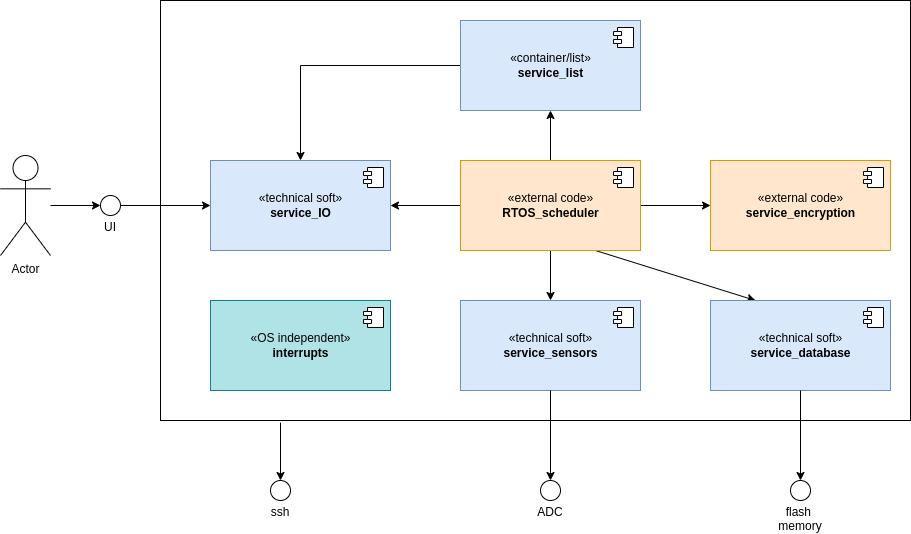
Before: 02_Architecture_Modelisation/images/Building_block_L1.png, a diagram exported from draw.io (KureciPlatek/Project_BacaSable). Source tidied: cells renumbered, new cells last; positions are measured from the earlier drawing's top-left corner, leaving out a move shared by most shapes. The source it was exported from:
```xml
<mxGraphModel>
  <root>
    <mxCell id="0" />
    <mxCell id="1" parent="0" />
    <mxCell id="2" style="rounded=0;whiteSpace=wrap;html=1;" parent="1" vertex="1">
      <mxGeometry x="160" width="750" height="420" as="geometry" />
    </mxCell>
    <mxCell id="3" value="«external code»&lt;br&gt;&lt;b&gt;service_encryption&lt;/b&gt;" style="html=1;fillColor=#ffe6cc;strokeColor=#d79b00;" parent="1" vertex="1">
      <mxGeometry x="710" y="160" width="180" height="90" as="geometry" />
    </mxCell>
    <mxCell id="4" style="shape=module;jettyWidth=8;jettyHeight=4;" parent="3" vertex="1">
      <mxGeometry x="1" width="20" height="20" relative="1" as="geometry">
        <mxPoint x="-27" y="7" as="offset" />
      </mxGeometry>
    </mxCell>
    <mxCell id="5" style="edgeStyle=none;rounded=0;jettySize=auto;html=1;" parent="1" edge="1" source="10" target="3">
      <mxGeometry relative="1" as="geometry" />
    </mxCell>
    <mxCell id="6" style="edgeStyle=none;rounded=0;jettySize=auto;html=1;" parent="1" edge="1" source="10" target="19">
      <mxGeometry relative="1" as="geometry" />
    </mxCell>
    <mxCell id="7" style="edgeStyle=none;rounded=0;jettySize=auto;html=1;entryX=1;entryY=0.5;entryDx=0;entryDy=0;" parent="1" edge="1" source="10" target="12">
      <mxGeometry relative="1" as="geometry" />
    </mxCell>
    <mxCell id="8" style="edgeStyle=none;rounded=0;jettySize=auto;html=1;exitX=0.5;exitY=1;exitDx=0;exitDy=0;" parent="1" edge="1" source="10" target="14">
      <mxGeometry relative="1" as="geometry" />
    </mxCell>
    <mxCell id="9" style="edgeStyle=none;rounded=0;jettySize=auto;html=1;exitX=0.75;exitY=1;exitDx=0;exitDy=0;entryX=0.25;entryY=0;entryDx=0;entryDy=0;" parent="1" edge="1" source="10" target="16">
      <mxGeometry relative="1" as="geometry" />
    </mxCell>
    <mxCell id="10" value="«external code»&lt;br&gt;&lt;b&gt;RTOS_scheduler&lt;/b&gt;" style="html=1;fillColor=#ffe6cc;strokeColor=#d79b00;" parent="1" vertex="1">
      <mxGeometry x="460" y="160" width="180" height="90" as="geometry" />
    </mxCell>
    <mxCell id="11" style="shape=module;jettyWidth=8;jettyHeight=4;" parent="10" vertex="1">
      <mxGeometry x="1" width="20" height="20" relative="1" as="geometry">
        <mxPoint x="-27" y="7" as="offset" />
      </mxGeometry>
    </mxCell>
    <mxCell id="12" value="«technical soft»&lt;br&gt;&lt;b&gt;service_IO&lt;/b&gt;" style="html=1;fillColor=#dae8fc;strokeColor=#6c8ebf;" parent="1" vertex="1">
      <mxGeometry x="210" y="160" width="180" height="90" as="geometry" />
    </mxCell>
    <mxCell id="13" style="shape=module;jettyWidth=8;jettyHeight=4;" parent="12" vertex="1">
      <mxGeometry x="1" width="20" height="20" relative="1" as="geometry">
        <mxPoint x="-27" y="7" as="offset" />
      </mxGeometry>
    </mxCell>
    <mxCell id="14" value="«technical soft»&lt;br&gt;&lt;b&gt;service_sensors&lt;/b&gt;" style="html=1;fillColor=#dae8fc;strokeColor=#6c8ebf;" parent="1" vertex="1">
      <mxGeometry x="460" y="300" width="180" height="90" as="geometry" />
    </mxCell>
    <mxCell id="15" style="shape=module;jettyWidth=8;jettyHeight=4;" parent="14" vertex="1">
      <mxGeometry x="1" width="20" height="20" relative="1" as="geometry">
        <mxPoint x="-27" y="7" as="offset" />
      </mxGeometry>
    </mxCell>
    <mxCell id="16" value="«technical soft»&lt;br&gt;&lt;b&gt;service_database&lt;/b&gt;" style="html=1;fillColor=#dae8fc;strokeColor=#6c8ebf;" parent="1" vertex="1">
      <mxGeometry x="710" y="300" width="180" height="90" as="geometry" />
    </mxCell>
    <mxCell id="17" style="shape=module;jettyWidth=8;jettyHeight=4;" parent="16" vertex="1">
      <mxGeometry x="1" width="20" height="20" relative="1" as="geometry">
        <mxPoint x="-27" y="7" as="offset" />
      </mxGeometry>
    </mxCell>
    <mxCell id="18" style="edgeStyle=orthogonalEdgeStyle;rounded=0;jettySize=auto;html=1;entryX=0.5;entryY=0;entryDx=0;entryDy=0;" parent="1" edge="1" source="19" target="12">
      <mxGeometry relative="1" as="geometry" />
    </mxCell>
    <mxCell id="19" value="«container/list»&lt;br&gt;&lt;b&gt;service_list&lt;/b&gt;" style="html=1;fillColor=#dae8fc;strokeColor=#6c8ebf;" parent="1" vertex="1">
      <mxGeometry x="460" y="20" width="180" height="90" as="geometry" />
    </mxCell>
    <mxCell id="20" style="shape=module;jettyWidth=8;jettyHeight=4;" parent="19" vertex="1">
      <mxGeometry x="1" width="20" height="20" relative="1" as="geometry">
        <mxPoint x="-27" y="7" as="offset" />
      </mxGeometry>
    </mxCell>
    <mxCell id="21" value="&lt;br&gt;&lt;br&gt;&lt;br&gt;&lt;br&gt;flash &lt;br&gt;memory" style="ellipse;whiteSpace=wrap;html=1;" parent="1" vertex="1">
      <mxGeometry x="790" y="480" width="20" height="20" as="geometry" />
    </mxCell>
    <mxCell id="22" style="endArrow=classic;html=1;rounded=0;exitX=0.5;exitY=1;exitDx=0;exitDy=0;entryX=0.5;entryY=0;entryDx=0;entryDy=0;" parent="1" edge="1" source="16" target="21">
      <mxGeometry relative="1" as="geometry" />
    </mxCell>
    <mxCell id="23" value="&lt;br&gt;&lt;br&gt;&lt;br&gt;ADC" style="ellipse;whiteSpace=wrap;html=1;" parent="1" vertex="1">
      <mxGeometry x="540" y="480" width="20" height="20" as="geometry" />
    </mxCell>
    <mxCell id="24" style="endArrow=classic;html=1;rounded=0;exitX=0.5;exitY=1;exitDx=0;exitDy=0;entryX=0.5;entryY=0;entryDx=0;entryDy=0;" parent="1" edge="1" source="14" target="23">
      <mxGeometry relative="1" as="geometry" />
    </mxCell>
    <mxCell id="25" style="edgeStyle=orthogonalEdgeStyle;rounded=0;jettySize=auto;html=1;" parent="1" edge="1" source="26" target="29">
      <mxGeometry relative="1" as="geometry" />
    </mxCell>
    <mxCell id="26" value="Actor" style="shape=umlActor;verticalLabelPosition=bottom;verticalAlign=top;html=1;" parent="1" vertex="1">
      <mxGeometry y="155" width="50" height="100" as="geometry" />
    </mxCell>
    <mxCell id="27" value="&lt;br&gt;&lt;br&gt;&lt;br&gt;ssh" style="ellipse;whiteSpace=wrap;html=1;" parent="1" vertex="1">
      <mxGeometry x="270" y="480" width="20" height="20" as="geometry" />
    </mxCell>
    <mxCell id="28" style="endArrow=classic;html=1;rounded=0;exitX=0.16;exitY=1.005;exitDx=0;exitDy=0;exitPerimeter=0;" parent="1" edge="1" source="2" target="27">
      <mxGeometry relative="1" as="geometry" />
    </mxCell>
    <mxCell id="29" value="&lt;br&gt;&lt;br&gt;&lt;br&gt;UI" style="ellipse;whiteSpace=wrap;html=1;" parent="1" vertex="1">
      <mxGeometry x="100" y="195" width="20" height="20" as="geometry" />
    </mxCell>
    <mxCell id="30" style="endArrow=classic;html=1;rounded=0;exitX=1;exitY=0.5;exitDx=0;exitDy=0;entryX=0;entryY=0.5;entryDx=0;entryDy=0;" parent="1" edge="1" source="29" target="12">
      <mxGeometry relative="1" as="geometry" />
    </mxCell>
    <mxCell id="31" value="«OS independent»&lt;br&gt;&lt;b&gt;interrupts&lt;/b&gt;" style="html=1;fillColor=#b0e3e6;strokeColor=#0e8088;" parent="1" vertex="1">
      <mxGeometry x="210" y="300" width="180" height="90" as="geometry" />
    </mxCell>
    <mxCell id="32" style="shape=module;jettyWidth=8;jettyHeight=4;" parent="31" vertex="1">
      <mxGeometry x="1" width="20" height="20" relative="1" as="geometry">
        <mxPoint x="-27" y="7" as="offset" />
      </mxGeometry>
    </mxCell>
  </root>
</mxGraphModel>
```
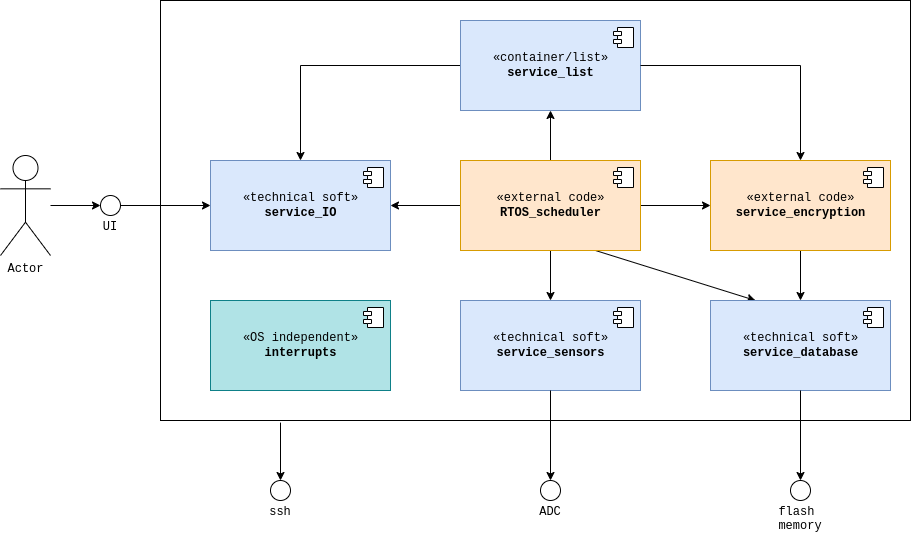
After the commit.

Commit message:
Added L1 building blocks description

Diff of the diagram source:
```diff
@@ -2,112 +2,118 @@
   <root>
     <mxCell id="0" />
     <mxCell id="1" parent="0" />
-    <mxCell id="2" style="rounded=0;whiteSpace=wrap;html=1;" parent="1" vertex="1">
+    <mxCell id="2" style="rounded=0;whiteSpace=wrap;html=1;fontFamily=Courier New;" parent="1" vertex="1">
       <mxGeometry x="160" width="750" height="420" as="geometry" />
     </mxCell>
+    <mxCell id="33" style="edgeStyle=orthogonalEdgeStyle;rounded=0;jettySize=auto;html=1;fontFamily=Courier New;" parent="1" edge="1" source="3" target="16">
+      <mxGeometry relative="1" as="geometry" />
+    </mxCell>
-    <mxCell id="3" value="«external code»&lt;br&gt;&lt;b&gt;service_encryption&lt;/b&gt;" style="html=1;fillColor=#ffe6cc;strokeColor=#d79b00;" parent="1" vertex="1">
+    <mxCell id="3" value="«external code»&lt;br&gt;&lt;b&gt;service_encryption&lt;/b&gt;" style="html=1;fillColor=#ffe6cc;strokeColor=#d79b00;fontFamily=Courier New;" parent="1" vertex="1">
       <mxGeometry x="710" y="160" width="180" height="90" as="geometry" />
     </mxCell>
-    <mxCell id="4" style="shape=module;jettyWidth=8;jettyHeight=4;" parent="3" vertex="1">
+    <mxCell id="4" style="shape=module;jettyWidth=8;jettyHeight=4;fontFamily=Courier New;" parent="3" vertex="1">
       <mxGeometry x="1" width="20" height="20" relative="1" as="geometry">
         <mxPoint x="-27" y="7" as="offset" />
       </mxGeometry>
     </mxCell>
-    <mxCell id="5" style="edgeStyle=none;rounded=0;jettySize=auto;html=1;" parent="1" edge="1" source="10" target="3">
+    <mxCell id="5" style="edgeStyle=none;rounded=0;jettySize=auto;html=1;fontFamily=Courier New;" parent="1" edge="1" source="10" target="3">
       <mxGeometry relative="1" as="geometry" />
     </mxCell>
-    <mxCell id="6" style="edgeStyle=none;rounded=0;jettySize=auto;html=1;" parent="1" edge="1" source="10" target="19">
+    <mxCell id="6" style="edgeStyle=none;rounded=0;jettySize=auto;html=1;fontFamily=Courier New;" parent="1" edge="1" source="10" target="19">
       <mxGeometry relative="1" as="geometry" />
     </mxCell>
-    <mxCell id="7" style="edgeStyle=none;rounded=0;jettySize=auto;html=1;entryX=1;entryY=0.5;entryDx=0;entryDy=0;" parent="1" edge="1" source="10" target="12">
+    <mxCell id="7" style="edgeStyle=none;rounded=0;jettySize=auto;html=1;entryX=1;entryY=0.5;entryDx=0;entryDy=0;fontFamily=Courier New;" parent="1" edge="1" source="10" target="12">
       <mxGeometry relative="1" as="geometry" />
     </mxCell>
-    <mxCell id="8" style="edgeStyle=none;rounded=0;jettySize=auto;html=1;exitX=0.5;exitY=1;exitDx=0;exitDy=0;" parent="1" edge="1" source="10" target="14">
+    <mxCell id="8" style="edgeStyle=none;rounded=0;jettySize=auto;html=1;exitX=0.5;exitY=1;exitDx=0;exitDy=0;fontFamily=Courier New;" parent="1" edge="1" source="10" target="14">
       <mxGeometry relative="1" as="geometry" />
     </mxCell>
-    <mxCell id="9" style="edgeStyle=none;rounded=0;jettySize=auto;html=1;exitX=0.75;exitY=1;exitDx=0;exitDy=0;entryX=0.25;entryY=0;entryDx=0;entryDy=0;" parent="1" edge="1" source="10" target="16">
+    <mxCell id="9" style="edgeStyle=none;rounded=0;jettySize=auto;html=1;exitX=0.75;exitY=1;exitDx=0;exitDy=0;entryX=0.25;entryY=0;entryDx=0;entryDy=0;fontFamily=Courier New;" parent="1" edge="1" source="10" target="16">
       <mxGeometry relative="1" as="geometry" />
     </mxCell>
-    <mxCell id="10" value="«external code»&lt;br&gt;&lt;b&gt;RTOS_scheduler&lt;/b&gt;" style="html=1;fillColor=#ffe6cc;strokeColor=#d79b00;" parent="1" vertex="1">
+    <mxCell id="10" value="«external code»&lt;br&gt;&lt;b&gt;RTOS_scheduler&lt;/b&gt;" style="html=1;fillColor=#ffe6cc;strokeColor=#d79b00;fontFamily=Courier New;" parent="1" vertex="1">
       <mxGeometry x="460" y="160" width="180" height="90" as="geometry" />
     </mxCell>
-    <mxCell id="11" style="shape=module;jettyWidth=8;jettyHeight=4;" parent="10" vertex="1">
+    <mxCell id="11" style="shape=module;jettyWidth=8;jettyHeight=4;fontFamily=Courier New;" parent="10" vertex="1">
       <mxGeometry x="1" width="20" height="20" relative="1" as="geometry">
         <mxPoint x="-27" y="7" as="offset" />
       </mxGeometry>
     </mxCell>
-    <mxCell id="12" value="«technical soft»&lt;br&gt;&lt;b&gt;service_IO&lt;/b&gt;" style="html=1;fillColor=#dae8fc;strokeColor=#6c8ebf;" parent="1" vertex="1">
+    <mxCell id="12" value="«technical soft»&lt;br&gt;&lt;b&gt;service_IO&lt;/b&gt;" style="html=1;fillColor=#dae8fc;strokeColor=#6c8ebf;fontFamily=Courier New;" parent="1" vertex="1">
       <mxGeometry x="210" y="160" width="180" height="90" as="geometry" />
     </mxCell>
-    <mxCell id="13" style="shape=module;jettyWidth=8;jettyHeight=4;" parent="12" vertex="1">
+    <mxCell id="13" style="shape=module;jettyWidth=8;jettyHeight=4;fontFamily=Courier New;" parent="12" vertex="1">
       <mxGeometry x="1" width="20" height="20" relative="1" as="geometry">
         <mxPoint x="-27" y="7" as="offset" />
       </mxGeometry>
     </mxCell>
-    <mxCell id="14" value="«technical soft»&lt;br&gt;&lt;b&gt;service_sensors&lt;/b&gt;" style="html=1;fillColor=#dae8fc;strokeColor=#6c8ebf;" parent="1" vertex="1">
+    <mxCell id="14" value="«technical soft»&lt;br&gt;&lt;b&gt;service_sensors&lt;/b&gt;" style="html=1;fillColor=#dae8fc;strokeColor=#6c8ebf;fontFamily=Courier New;" parent="1" vertex="1">
       <mxGeometry x="460" y="300" width="180" height="90" as="geometry" />
     </mxCell>
-    <mxCell id="15" style="shape=module;jettyWidth=8;jettyHeight=4;" parent="14" vertex="1">
+    <mxCell id="15" style="shape=module;jettyWidth=8;jettyHeight=4;fontFamily=Courier New;" parent="14" vertex="1">
       <mxGeometry x="1" width="20" height="20" relative="1" as="geometry">
         <mxPoint x="-27" y="7" as="offset" />
       </mxGeometry>
     </mxCell>
-    <mxCell id="16" value="«technical soft»&lt;br&gt;&lt;b&gt;service_database&lt;/b&gt;" style="html=1;fillColor=#dae8fc;strokeColor=#6c8ebf;" parent="1" vertex="1">
+    <mxCell id="16" value="«technical soft»&lt;br&gt;&lt;b&gt;service_database&lt;/b&gt;" style="html=1;fillColor=#dae8fc;strokeColor=#6c8ebf;fontFamily=Courier New;" parent="1" vertex="1">
       <mxGeometry x="710" y="300" width="180" height="90" as="geometry" />
     </mxCell>
-    <mxCell id="17" style="shape=module;jettyWidth=8;jettyHeight=4;" parent="16" vertex="1">
+    <mxCell id="17" style="shape=module;jettyWidth=8;jettyHeight=4;fontFamily=Courier New;" parent="16" vertex="1">
       <mxGeometry x="1" width="20" height="20" relative="1" as="geometry">
         <mxPoint x="-27" y="7" as="offset" />
       </mxGeometry>
     </mxCell>
-    <mxCell id="18" style="edgeStyle=orthogonalEdgeStyle;rounded=0;jettySize=auto;html=1;entryX=0.5;entryY=0;entryDx=0;entryDy=0;" parent="1" edge="1" source="19" target="12">
+    <mxCell id="18" style="edgeStyle=orthogonalEdgeStyle;rounded=0;jettySize=auto;html=1;entryX=0.5;entryY=0;entryDx=0;entryDy=0;fontFamily=Courier New;" parent="1" edge="1" source="19" target="12">
       <mxGeometry relative="1" as="geometry" />
     </mxCell>
-    <mxCell id="19" value="«container/list»&lt;br&gt;&lt;b&gt;service_list&lt;/b&gt;" style="html=1;fillColor=#dae8fc;strokeColor=#6c8ebf;" parent="1" vertex="1">
+    <mxCell id="19" value="«container/list»&lt;br&gt;&lt;b&gt;service_list&lt;/b&gt;" style="html=1;fillColor=#dae8fc;strokeColor=#6c8ebf;fontFamily=Courier New;" parent="1" vertex="1">
       <mxGeometry x="460" y="20" width="180" height="90" as="geometry" />
     </mxCell>
-    <mxCell id="20" style="shape=module;jettyWidth=8;jettyHeight=4;" parent="19" vertex="1">
+    <mxCell id="20" style="shape=module;jettyWidth=8;jettyHeight=4;fontFamily=Courier New;" parent="19" vertex="1">
       <mxGeometry x="1" width="20" height="20" relative="1" as="geometry">
         <mxPoint x="-27" y="7" as="offset" />
       </mxGeometry>
     </mxCell>
-    <mxCell id="21" value="&lt;br&gt;&lt;br&gt;&lt;br&gt;&lt;br&gt;flash &lt;br&gt;memory" style="ellipse;whiteSpace=wrap;html=1;" parent="1" vertex="1">
+    <mxCell id="21" value="&lt;br&gt;&lt;br&gt;&lt;br&gt;&lt;br&gt;flash &lt;br&gt;memory" style="ellipse;whiteSpace=wrap;html=1;fontFamily=Courier New;" parent="1" vertex="1">
       <mxGeometry x="790" y="480" width="20" height="20" as="geometry" />
     </mxCell>
-    <mxCell id="22" style="endArrow=classic;html=1;rounded=0;exitX=0.5;exitY=1;exitDx=0;exitDy=0;entryX=0.5;entryY=0;entryDx=0;entryDy=0;" parent="1" edge="1" source="16" target="21">
+    <mxCell id="22" style="endArrow=classic;html=1;rounded=0;exitX=0.5;exitY=1;exitDx=0;exitDy=0;entryX=0.5;entryY=0;entryDx=0;entryDy=0;fontFamily=Courier New;" parent="1" edge="1" source="16" target="21">
       <mxGeometry relative="1" as="geometry" />
     </mxCell>
-    <mxCell id="23" value="&lt;br&gt;&lt;br&gt;&lt;br&gt;ADC" style="ellipse;whiteSpace=wrap;html=1;" parent="1" vertex="1">
+    <mxCell id="23" value="&lt;br&gt;&lt;br&gt;&lt;br&gt;ADC" style="ellipse;whiteSpace=wrap;html=1;fontFamily=Courier New;" parent="1" vertex="1">
       <mxGeometry x="540" y="480" width="20" height="20" as="geometry" />
     </mxCell>
-    <mxCell id="24" style="endArrow=classic;html=1;rounded=0;exitX=0.5;exitY=1;exitDx=0;exitDy=0;entryX=0.5;entryY=0;entryDx=0;entryDy=0;" parent="1" edge="1" source="14" target="23">
+    <mxCell id="24" style="endArrow=classic;html=1;rounded=0;exitX=0.5;exitY=1;exitDx=0;exitDy=0;entryX=0.5;entryY=0;entryDx=0;entryDy=0;fontFamily=Courier New;" parent="1" edge="1" source="14" target="23">
       <mxGeometry relative="1" as="geometry" />
     </mxCell>
-    <mxCell id="25" style="edgeStyle=orthogonalEdgeStyle;rounded=0;jettySize=auto;html=1;" parent="1" edge="1" source="26" target="29">
+    <mxCell id="25" style="edgeStyle=orthogonalEdgeStyle;rounded=0;jettySize=auto;html=1;fontFamily=Courier New;" parent="1" edge="1" source="26" target="29">
       <mxGeometry relative="1" as="geometry" />
     </mxCell>
-    <mxCell id="26" value="Actor" style="shape=umlActor;verticalLabelPosition=bottom;verticalAlign=top;html=1;" parent="1" vertex="1">
+    <mxCell id="26" value="Actor" style="shape=umlActor;verticalLabelPosition=bottom;verticalAlign=top;html=1;fontFamily=Courier New;" parent="1" vertex="1">
       <mxGeometry y="155" width="50" height="100" as="geometry" />
     </mxCell>
-    <mxCell id="27" value="&lt;br&gt;&lt;br&gt;&lt;br&gt;ssh" style="ellipse;whiteSpace=wrap;html=1;" parent="1" vertex="1">
+    <mxCell id="27" value="&lt;br&gt;&lt;br&gt;&lt;br&gt;ssh" style="ellipse;whiteSpace=wrap;html=1;fontFamily=Courier New;" parent="1" vertex="1">
       <mxGeometry x="270" y="480" width="20" height="20" as="geometry" />
     </mxCell>
-    <mxCell id="28" style="endArrow=classic;html=1;rounded=0;exitX=0.16;exitY=1.005;exitDx=0;exitDy=0;exitPerimeter=0;" parent="1" edge="1" source="2" target="27">
+    <mxCell id="28" style="endArrow=classic;html=1;rounded=0;exitX=0.16;exitY=1.005;exitDx=0;exitDy=0;exitPerimeter=0;fontFamily=Courier New;" parent="1" edge="1" source="2" target="27">
       <mxGeometry relative="1" as="geometry" />
     </mxCell>
-    <mxCell id="29" value="&lt;br&gt;&lt;br&gt;&lt;br&gt;UI" style="ellipse;whiteSpace=wrap;html=1;" parent="1" vertex="1">
+    <mxCell id="29" value="&lt;br&gt;&lt;br&gt;&lt;br&gt;UI" style="ellipse;whiteSpace=wrap;html=1;fontFamily=Courier New;" parent="1" vertex="1">
       <mxGeometry x="100" y="195" width="20" height="20" as="geometry" />
     </mxCell>
-    <mxCell id="30" style="endArrow=classic;html=1;rounded=0;exitX=1;exitY=0.5;exitDx=0;exitDy=0;entryX=0;entryY=0.5;entryDx=0;entryDy=0;" parent="1" edge="1" source="29" target="12">
+    <mxCell id="30" style="endArrow=classic;html=1;rounded=0;exitX=1;exitY=0.5;exitDx=0;exitDy=0;entryX=0;entryY=0.5;entryDx=0;entryDy=0;fontFamily=Courier New;" parent="1" edge="1" source="29" target="12">
       <mxGeometry relative="1" as="geometry" />
     </mxCell>
-    <mxCell id="31" value="«OS independent»&lt;br&gt;&lt;b&gt;interrupts&lt;/b&gt;" style="html=1;fillColor=#b0e3e6;strokeColor=#0e8088;" parent="1" vertex="1">
+    <mxCell id="31" value="«OS independent»&lt;br&gt;&lt;b&gt;interrupts&lt;/b&gt;" style="html=1;fillColor=#b0e3e6;strokeColor=#0e8088;fontFamily=Courier New;" parent="1" vertex="1">
       <mxGeometry x="210" y="300" width="180" height="90" as="geometry" />
     </mxCell>
-    <mxCell id="32" style="shape=module;jettyWidth=8;jettyHeight=4;" parent="31" vertex="1">
+    <mxCell id="32" style="shape=module;jettyWidth=8;jettyHeight=4;fontFamily=Courier New;" parent="31" vertex="1">
       <mxGeometry x="1" width="20" height="20" relative="1" as="geometry">
         <mxPoint x="-27" y="7" as="offset" />
       </mxGeometry>
     </mxCell>
+    <mxCell id="34" style="endArrow=classic;html=1;rounded=0;exitX=1;exitY=0.5;exitDx=0;exitDy=0;entryX=0.5;entryY=0;entryDx=0;entryDy=0;edgeStyle=orthogonalEdgeStyle;fontFamily=Courier New;" parent="1" edge="1" source="19" target="3">
+      <mxGeometry relative="1" as="geometry" />
+    </mxCell>
   </root>
 </mxGraphModel>
```
